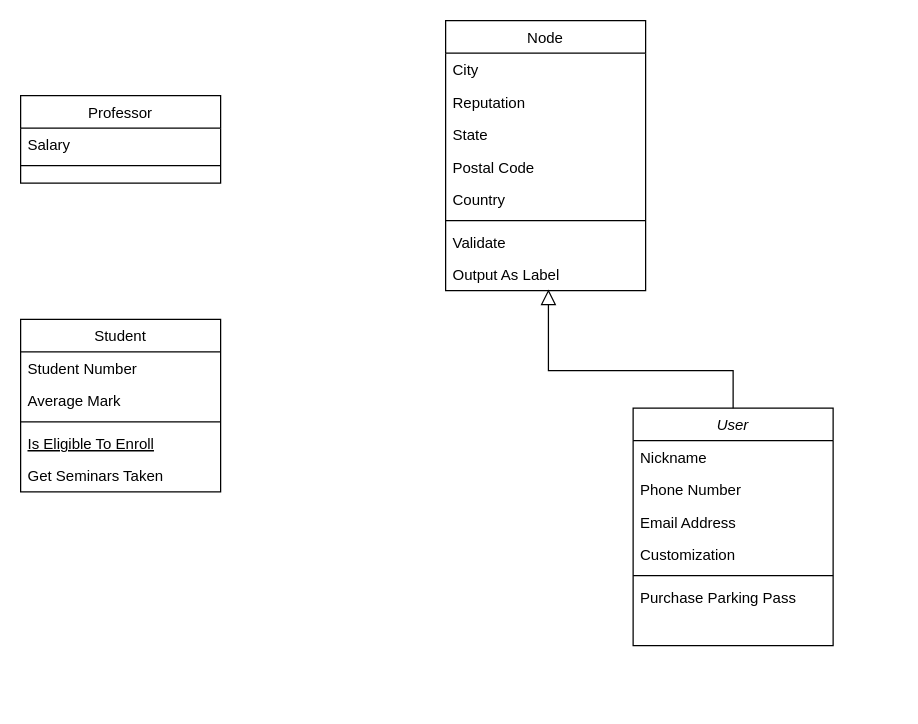
The draw.io diagram Model_Diagram.drawio in Empresta-me/Documentation, before the edit. Source tidied: cells renumbered, new cells numbered last; positions are measured from the earlier drawing's top-left corner, leaving out a move shared by most shapes. Both pictures are drawn from the tidied source at 125%, with x=0, y=0 at pixel (20, 20).
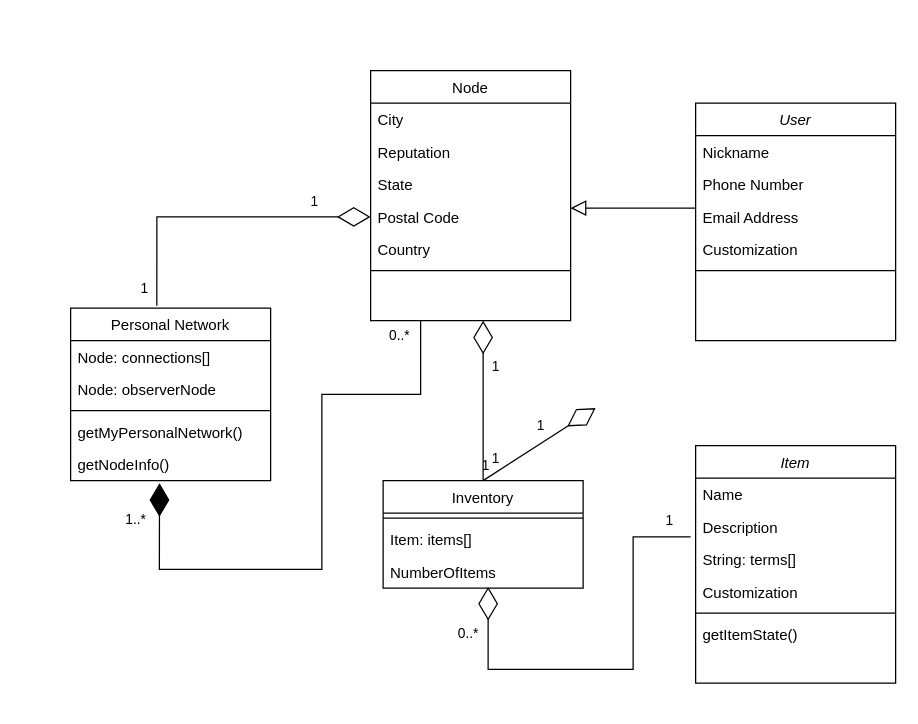
The same page after the edit.

The change refers to these unchanged cells:
```xml
<mxCell id="22" value="Postal Code" style="text;align=left;verticalAlign=top;spacingLeft=4;spacingRight=4;overflow=hidden;points=[[0,0.5],[1,0.5]];portConstraint=eastwest;rounded=0;shadow=0;html=0;" parent="18" vertex="1">
  <mxGeometry y="104" width="160" height="26" as="geometry" />
</mxCell>
```

Change to the diagram source:
```diff
@@
     <mxCell id="2" value="User" style="swimlane;fontStyle=2;align=center;verticalAlign=top;horizontal=1;startSize=26;rounded=0;shadow=0;strokeWidth=1;" parent="1" vertex="1">
-      <mxGeometry x="490" y="310" width="160" height="190" as="geometry" />
+      <mxGeometry x="540" y="66" width="160" height="190" as="geometry" />
     </mxCell>
@@
-    <mxCell id="8" value="Purchase Parking Pass" style="text;align=left;verticalAlign=top;spacingLeft=4;spacingRight=4;overflow=hidden;" parent="2" vertex="1">
-      <mxGeometry y="138" width="160" height="26" as="geometry" />
-    </mxCell>
-    <mxCell id="9" value="Student" style="swimlane;fontStyle=0;align=center;verticalAlign=top;horizontal=1;startSize=26;rounded=0;shadow=0;strokeWidth=1;" parent="1" vertex="1">
-      <mxGeometry y="239" width="160" height="138" as="geometry" />
+    <mxCell id="9" value="Personal Network" style="swimlane;fontStyle=0;align=center;verticalAlign=top;horizontal=1;startSize=26;rounded=0;shadow=0;strokeWidth=1;" parent="1" vertex="1">
+      <mxGeometry x="40" y="230" width="160" height="138" as="geometry" />
     </mxCell>
-    <mxCell id="10" value="Student Number" style="text;align=left;verticalAlign=top;spacingLeft=4;spacingRight=4;overflow=hidden;" parent="9" vertex="1">
+    <mxCell id="10" value="Node: connections[]" style="text;align=left;verticalAlign=top;spacingLeft=4;spacingRight=4;overflow=hidden;" parent="9" vertex="1">
       <mxGeometry y="26" width="160" height="26" as="geometry" />
     </mxCell>
-    <mxCell id="11" value="Average Mark" style="text;align=left;verticalAlign=top;spacingLeft=4;spacingRight=4;overflow=hidden;rounded=0;shadow=0;html=0;" parent="9" vertex="1">
+    <mxCell id="11" value="Node: observerNode" style="text;align=left;verticalAlign=top;spacingLeft=4;spacingRight=4;overflow=hidden;rounded=0;shadow=0;html=0;" parent="9" vertex="1">
       <mxGeometry y="52" width="160" height="26" as="geometry" />
     </mxCell>
@@
-    <mxCell id="13" value="Is Eligible To Enroll" style="text;align=left;verticalAlign=top;spacingLeft=4;spacingRight=4;overflow=hidden;fontStyle=4;" parent="9" vertex="1">
+    <mxCell id="13" value="getMyPersonalNetwork()" style="text;align=left;verticalAlign=top;spacingLeft=4;spacingRight=4;overflow=hidden;fontStyle=0;" parent="9" vertex="1">
       <mxGeometry y="86" width="160" height="26" as="geometry" />
     </mxCell>
-    <mxCell id="14" value="Get Seminars Taken" style="text;align=left;verticalAlign=top;spacingLeft=4;spacingRight=4;overflow=hidden;" parent="9" vertex="1">
+    <mxCell id="14" value="getNodeInfo()" style="text;align=left;verticalAlign=top;spacingLeft=4;spacingRight=4;overflow=hidden;" parent="9" vertex="1">
       <mxGeometry y="112" width="160" height="26" as="geometry" />
     </mxCell>
-    <mxCell id="15" value="Professor" style="swimlane;fontStyle=0;align=center;verticalAlign=top;horizontal=1;startSize=26;rounded=0;shadow=0;strokeWidth=1;" parent="1" vertex="1">
-      <mxGeometry y="60" width="160" height="70" as="geometry" />
+    <mxCell id="15" value="Inventory" style="swimlane;fontStyle=0;align=center;verticalAlign=top;horizontal=1;startSize=26;rounded=0;shadow=0;strokeWidth=1;" parent="1" vertex="1">
+      <mxGeometry x="290" y="368" width="160" height="86" as="geometry" />
     </mxCell>
+    <mxCell id="17" style="line;html=1;strokeWidth=1;align=left;verticalAlign=middle;spacingTop=-1;spacingLeft=3;spacingRight=3;labelPosition=right;" parent="15" vertex="1">
+      <mxGeometry y="26" width="160" height="8" as="geometry" />
+    </mxCell>
+    <mxCell id="28" value="Item: items[]" style="text;align=left;verticalAlign=top;spacingLeft=4;spacingRight=4;overflow=hidden;" parent="15" vertex="1">
+      <mxGeometry y="34" width="160" height="26" as="geometry" />
+    </mxCell>
-    <mxCell id="16" value="Salary" style="text;align=left;verticalAlign=top;spacingLeft=4;spacingRight=4;overflow=hidden;" parent="15" vertex="1">
-      <mxGeometry y="26" width="160" height="26" as="geometry" />
+    <mxCell id="16" value="NumberOfItems" style="text;align=left;verticalAlign=top;spacingLeft=4;spacingRight=4;overflow=hidden;" parent="15" vertex="1">
+      <mxGeometry y="60" width="160" height="26" as="geometry" />
     </mxCell>
-    <mxCell id="17" style="line;html=1;strokeWidth=1;align=left;verticalAlign=middle;spacingTop=-1;spacingLeft=3;spacingRight=3;labelPosition=right;" parent="15" vertex="1">
-      <mxGeometry y="52" width="160" height="8" as="geometry" />
-    </mxCell>
     <mxCell id="18" value="Node" style="swimlane;fontStyle=0;align=center;verticalAlign=top;horizontal=1;startSize=26;rounded=0;shadow=0;strokeWidth=1;" parent="1" vertex="1">
-      <mxGeometry x="340" width="160" height="216" as="geometry" />
+      <mxGeometry x="280" y="40" width="160" height="200" as="geometry" />
     </mxCell>
@@
-    <mxCell id="25" value="Validate" style="text;align=left;verticalAlign=top;spacingLeft=4;spacingRight=4;overflow=hidden;" parent="18" vertex="1">
-      <mxGeometry y="164" width="160" height="26" as="geometry" />
-    </mxCell>
-    <mxCell id="26" value="Output As Label" style="text;align=left;verticalAlign=top;spacingLeft=4;spacingRight=4;overflow=hidden;points=[[0,0.5],[1,0.5]];portConstraint=eastwest;" parent="18" vertex="1">
-      <mxGeometry y="190" width="160" height="26" as="geometry" />
-    </mxCell>
-    <mxCell id="27" style="endArrow=block;endSize=10;endFill=0;shadow=0;strokeWidth=1;rounded=0;edgeStyle=elbowEdgeStyle;elbow=vertical;entryX=0.514;entryY=0.962;entryDx=0;entryDy=0;entryPerimeter=0;exitX=0.5;exitY=0;exitDx=0;exitDy=0;strokeColor=default;" parent="1" edge="1" source="2" target="26">
+    <mxCell id="27" style="endArrow=block;endSize=10;endFill=0;shadow=0;strokeWidth=1;rounded=0;edgeStyle=elbowEdgeStyle;elbow=vertical;strokeColor=default;" parent="1" edge="1">
       <mxGeometry relative="1" as="geometry">
+        <mxPoint x="540" y="150" as="sourcePoint" />
+        <mxPoint x="440" y="150" as="targetPoint" />
         <Array as="points">
-          <mxPoint x="520" y="280" />
+          <mxPoint x="520" y="150" />
+          <mxPoint x="500" y="310" />
         </Array>
       </mxGeometry>
     </mxCell>
+    <mxCell id="29" style="endArrow=diamondThin;endFill=0;endSize=24;html=1;rounded=0;entryX=0;entryY=0.5;entryDx=0;entryDy=0;exitX=0.431;exitY=-0.014;exitDx=0;exitDy=0;exitPerimeter=0;" parent="1" edge="1" source="9" target="22">
+      <mxGeometry relative="1" as="geometry">
+        <Array as="points">
+          <mxPoint x="109" y="157" />
+        </Array>
+      </mxGeometry>
+    </mxCell>
+    <mxCell id="30" value="1" style="edgeLabel;html=1;align=center;verticalAlign=middle;" parent="29" vertex="1">
+      <mxGeometry x="0.63" y="1" relative="1" as="geometry">
+        <mxPoint y="-12" as="offset" />
+      </mxGeometry>
+    </mxCell>
+    <mxCell id="31" value="1" style="edgeLabel;html=1;align=center;verticalAlign=middle;" parent="29" vertex="1">
+      <mxGeometry x="-0.9" y="3" relative="1" as="geometry">
+        <mxPoint x="-7" y="-3" as="offset" />
+      </mxGeometry>
+    </mxCell>
+    <mxCell id="32" style="endArrow=diamondThin;endFill=0;endSize=24;html=1;rounded=0;entryX=0.55;entryY=1.038;entryDx=0;entryDy=0;entryPerimeter=0;exitX=0.5;exitY=0;exitDx=0;exitDy=0;" parent="1" edge="1" source="15">
+      <mxGeometry relative="1" as="geometry">
+        <mxPoint x="460" y="310" as="targetPoint" />
+      </mxGeometry>
+    </mxCell>
+    <mxCell id="33" value="1" style="edgeLabel;html=1;align=center;verticalAlign=middle;" parent="32" vertex="1">
+      <mxGeometry x="0.37" y="-3" relative="1" as="geometry">
+        <mxPoint x="-17" y="-7" as="offset" />
+      </mxGeometry>
+    </mxCell>
+    <mxCell id="34" value="1" style="edgeLabel;html=1;align=center;verticalAlign=middle;" parent="32" vertex="1">
+      <mxGeometry x="-0.66" y="2" relative="1" as="geometry">
+        <mxPoint x="-13" y="-1" as="offset" />
+      </mxGeometry>
+    </mxCell>
+    <mxCell id="35" value="Item" style="swimlane;fontStyle=2;align=center;verticalAlign=top;horizontal=1;startSize=26;rounded=0;shadow=0;strokeWidth=1;" parent="1" vertex="1">
+      <mxGeometry x="540" y="340" width="160" height="190" as="geometry" />
+    </mxCell>
+    <mxCell id="36" value="Name" style="text;align=left;verticalAlign=top;spacingLeft=4;spacingRight=4;overflow=hidden;" parent="35" vertex="1">
+      <mxGeometry y="26" width="160" height="26" as="geometry" />
+    </mxCell>
+    <mxCell id="37" value="Description" style="text;align=left;verticalAlign=top;spacingLeft=4;spacingRight=4;overflow=hidden;rounded=0;shadow=0;html=0;" parent="35" vertex="1">
+      <mxGeometry y="52" width="160" height="26" as="geometry" />
+    </mxCell>
+    <mxCell id="38" value="String: terms[]" style="text;align=left;verticalAlign=top;spacingLeft=4;spacingRight=4;overflow=hidden;rounded=0;shadow=0;html=0;" parent="35" vertex="1">
+      <mxGeometry y="78" width="160" height="26" as="geometry" />
+    </mxCell>
+    <mxCell id="39" value="Customization" style="text;align=left;verticalAlign=top;spacingLeft=4;spacingRight=4;overflow=hidden;rounded=0;shadow=0;html=0;" parent="35" vertex="1">
+      <mxGeometry y="104" width="160" height="26" as="geometry" />
+    </mxCell>
+    <mxCell id="40" style="line;html=1;strokeWidth=1;align=left;verticalAlign=middle;spacingTop=-1;spacingLeft=3;spacingRight=3;labelPosition=right;" parent="35" vertex="1">
+      <mxGeometry y="130" width="160" height="8" as="geometry" />
+    </mxCell>
+    <mxCell id="41" value="getItemState()" style="text;align=left;verticalAlign=top;spacingLeft=4;spacingRight=4;overflow=hidden;" parent="35" vertex="1">
+      <mxGeometry y="138" width="160" height="26" as="geometry" />
+    </mxCell>
+    <mxCell id="42" value="1" style="endArrow=diamondThin;endFill=0;endSize=24;html=1;rounded=0;entryX=0.525;entryY=1;entryDx=0;entryDy=0;exitX=-0.025;exitY=-0.154;exitDx=0;exitDy=0;exitPerimeter=0;entryPerimeter=0;" parent="1" edge="1">
+      <mxGeometry x="-0.9" y="-13" relative="1" as="geometry">
+        <mxPoint x="536" y="413" as="sourcePoint" />
+        <mxPoint x="374" y="453" as="targetPoint" />
+        <Array as="points">
+          <mxPoint x="490" y="413" />
+          <mxPoint x="490" y="519" />
+          <mxPoint x="374" y="519" />
+        </Array>
+      </mxGeometry>
+    </mxCell>
+    <mxCell id="43" value="0..*" style="edgeLabel;html=1;align=center;verticalAlign=middle;" parent="42" vertex="1">
+      <mxGeometry x="0.72" relative="1" as="geometry">
+        <mxPoint x="-17" y="-11" as="offset" />
+      </mxGeometry>
+    </mxCell>
+    <mxCell id="44" value="0..*" style="endArrow=diamondThin;endFill=1;endSize=24;html=1;rounded=0;entryX=0.438;entryY=1.115;entryDx=0;entryDy=0;entryPerimeter=0;" parent="1" edge="1">
+      <mxGeometry x="-0.95" y="-17" relative="1" as="geometry">
+        <mxPoint x="320" y="240" as="sourcePoint" />
+        <mxPoint x="111.1" y="370" as="targetPoint" />
+        <Array as="points">
+          <mxPoint x="320" y="299" />
+          <mxPoint x="291" y="299" />
+          <mxPoint x="241" y="299" />
+          <mxPoint x="241" y="439" />
+          <mxPoint x="111" y="439" />
+        </Array>
+      </mxGeometry>
+    </mxCell>
+    <mxCell id="45" value="1..*" style="edgeLabel;html=1;align=center;verticalAlign=middle;" parent="44" vertex="1">
+      <mxGeometry x="0.8" y="3" relative="1" as="geometry">
+        <mxPoint x="-17" y="-19" as="offset" />
+      </mxGeometry>
+    </mxCell>
+    <mxCell id="46" style="endArrow=diamondThin;endFill=0;endSize=24;html=1;rounded=0;exitX=0.5;exitY=0;exitDx=0;exitDy=0;" parent="1" edge="1" source="15">
+      <mxGeometry relative="1" as="geometry">
+        <mxPoint x="370" y="240" as="targetPoint" />
+      </mxGeometry>
+    </mxCell>
+    <mxCell id="47" value="1" style="edgeLabel;html=1;align=center;verticalAlign=middle;" parent="46" vertex="1">
+      <mxGeometry x="0.36" y="1" relative="1" as="geometry">
+        <mxPoint x="10" y="-5" as="offset" />
+      </mxGeometry>
+    </mxCell>
+    <mxCell id="48" value="1" style="edgeLabel;html=1;align=center;verticalAlign=middle;" parent="46" vertex="1">
+      <mxGeometry x="-0.7" y="-3" relative="1" as="geometry">
+        <mxPoint x="6" as="offset" />
+      </mxGeometry>
+    </mxCell>
```
